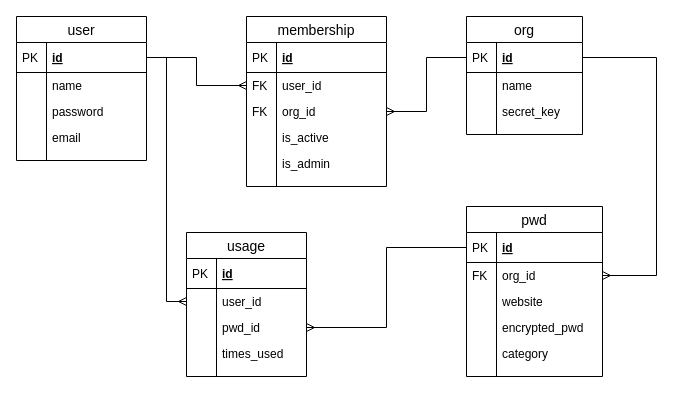
Above: ERD.drawio in Team-MTJ/Lockr (draw.io), before the change. Source tidied: cells renumbered, new cells numbered last; positions are measured from the earlier drawing's top-left corner, leaving out a move shared by most shapes. Both pictures are drawn from the tidied source at 100%, with x=0, y=0 at pixel (16, 16).
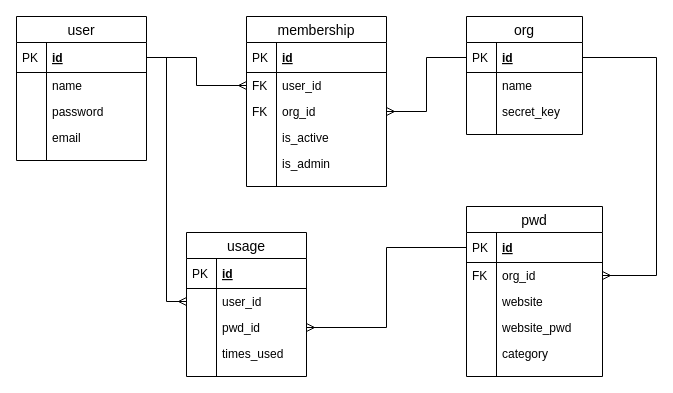
Above is the later version.

Commit message (it also covers changes not shown here):
changed encrypted_pwd to website_pwd

Unchanged cells that the change refers to:
```xml
<mxCell id="40" value="pwd" style="swimlane;fontStyle=0;horizontal=1;startSize=26;align=center;fontSize=14;" parent="1" vertex="1">
  <mxGeometry x="450" y="190" width="136" height="170" as="geometry" />
</mxCell>
```

Change to the diagram source:
```diff
@@
-    <mxCell id="47" value="encrypted_pwd" style="shape=partialRectangle;top=0;left=0;right=0;bottom=0;align=left;verticalAlign=top;fillColor=none;spacingLeft=34;spacingRight=4;overflow=hidden;fontSize=12;" parent="40" vertex="1">
+    <mxCell id="47" value="website_pwd" style="shape=partialRectangle;top=0;left=0;right=0;bottom=0;align=left;verticalAlign=top;fillColor=none;spacingLeft=34;spacingRight=4;overflow=hidden;fontSize=12;" parent="40" vertex="1">
       <mxGeometry y="108" width="136" height="26" as="geometry" />
     </mxCell>
```
